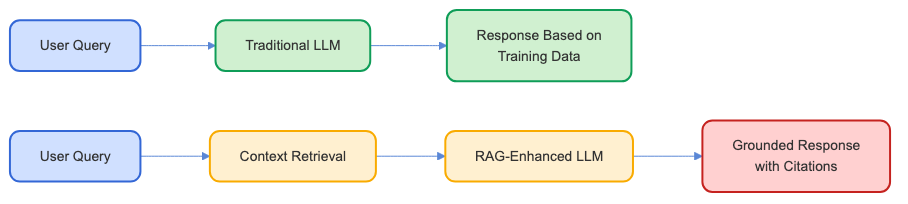
dpasca/RAGTutorial keeps this Mermaid diagram as slides/images/rag_comparison.png. Above is the earlier version. Its source is kept beside it as slides/src/rag_comparison.mmd. Source of this version:
```mermaid
flowchart LR
    A1[User Query] --> B1[LLM]:::secondary
    B1 --> C1[Response Limited to<br/>Training Data]:::secondary

    A2[User Query] --> B2[Context Retrieval]:::tertiary
    B2 --> C2[LLM<br/>+<br/>Relevant Context]:::tertiary
    C2 --> D2[Response Extented with<br/>Extra Knowledge]:::quaternary
```
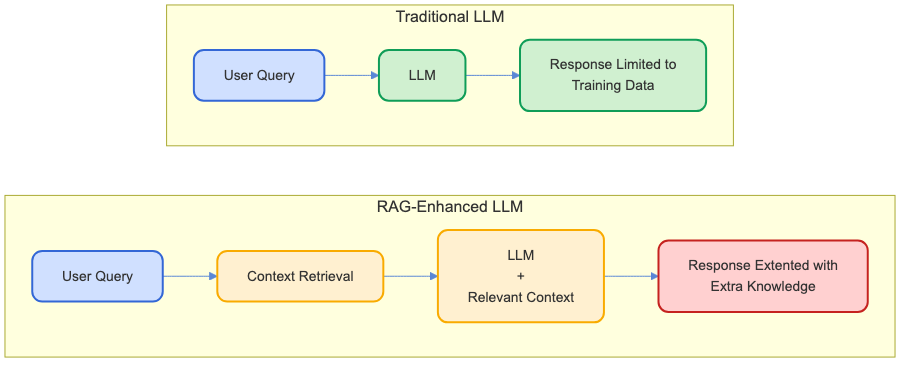
Later version of the same file.

The edit, as a diff of the source:
```diff
@@ -1,7 +1,14 @@
+%%{init: {'flowchart': {'rankSpacing': 30}}}%%
 flowchart LR
-    A1[User Query] --> B1[LLM]:::secondary
-    B1 --> C1[Response Limited to<br/>Training Data]:::secondary
+    subgraph RAG-Enhanced LLM
+        direction LR
+        A2[User Query] --> B2[Context Retrieval]:::tertiary
+        B2 --> C2[LLM<br/>+<br/>Relevant Context]:::tertiary
+        C2 --> D2[Response Extented with<br/>Extra Knowledge]:::quaternary
+    end
 
-    A2[User Query] --> B2[Context Retrieval]:::tertiary
-    B2 --> C2[LLM<br/>+<br/>Relevant Context]:::tertiary
-    C2 --> D2[Response Extented with<br/>Extra Knowledge]:::quaternary
+    subgraph Traditional LLM
+        direction LR
+        A1[User Query] --> B1[LLM]:::secondary
+        B1 --> C1[Response Limited to<br/>Training Data]:::secondary
+    end
```
